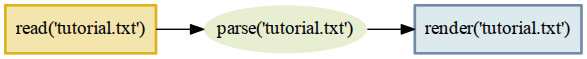
aosabook/500lines keeps this Graphviz diagram as contingent/figure3.png. Above is the earlier version. Its source is kept beside it as contingent/figure3.dot.
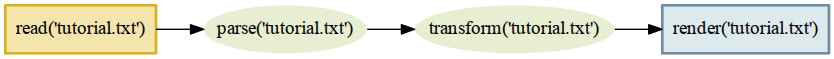
Later version of the same file.

Commit message:
Introduce a transform step, first cut at explaining the task stack

Change to the diagram source:
```diff
@@ -12,6 +12,7 @@
 }
 node [shape=oval penwidth=0 style=filled fillcolor="#E8EED2"
       margin="0.05,0"]
-"parse('tutorial.txt')" -> "render('tutorial.txt')"
+"parse('tutorial.txt')" -> "transform('tutorial.txt')"
 "read('tutorial.txt')" -> "parse('tutorial.txt')"
+"transform('tutorial.txt')" -> "render('tutorial.txt')"
 }
```
